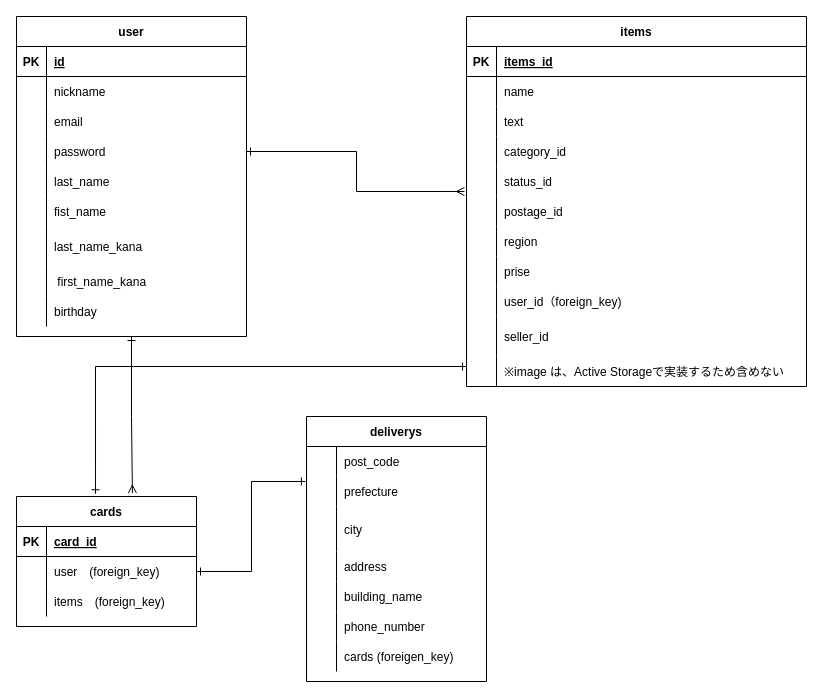
hiromikagawa/furima-36904 keeps this draw.io diagram as furima.dio. Above is the earlier version. Source tidied: cells renumbered, new cells numbered last; positions are measured from the earlier drawing's top-left corner, leaving out a move shared by most shapes. Both pictures are drawn from the tidied source at 100%, with x=0, y=0 at pixel (16, 16).
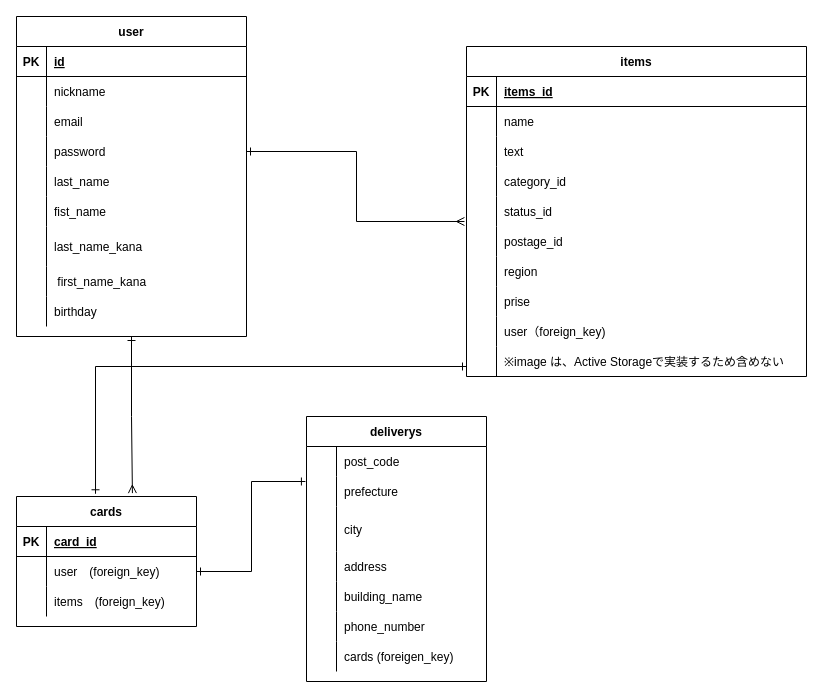
The same page after the edit.

Unchanged cells that the change refers to:
```xml
<mxCell id="56" style="shape=partialRectangle;fillColor=none;top=0;left=0;bottom=0;right=0;" parent="31" vertex="1">
  <mxGeometry y="270" width="340" height="30" as="geometry" />
</mxCell>
```

Change to the diagram source:
```diff
@@
     <mxCell id="31" value="items" style="shape=table;startSize=30;childLayout=tableLayout;rowLines=0;fontStyle=1;align=center;fillColor=none;" parent="1" vertex="1">
-      <mxGeometry x="450" width="340" height="370" as="geometry" />
+      <mxGeometry x="450" y="30" width="340" height="330" as="geometry" />
     </mxCell>
@@
-    <mxCell id="58" value="user_id（foreign_key)" style="shape=partialRectangle;fillColor=none;top=0;left=0;bottom=0;right=0;align=left;spacingLeft=6;overflow=hidden;" parent="56" vertex="1">
+    <mxCell id="58" value="user（foreign_key)" style="shape=partialRectangle;fillColor=none;top=0;left=0;bottom=0;right=0;align=left;spacingLeft=6;overflow=hidden;" parent="56" vertex="1">
       <mxGeometry x="30" width="310" height="30" as="geometry" />
     </mxCell>
-    <mxCell id="59" style="shape=partialRectangle;fillColor=none;top=0;left=0;bottom=0;right=0;" parent="31" vertex="1">
-      <mxGeometry y="300" width="340" height="40" as="geometry" />
-    </mxCell>
-    <mxCell id="60" style="shape=partialRectangle;fillColor=none;top=0;left=0;bottom=0;right=0;overflow=hidden;" parent="59" vertex="1">
-      <mxGeometry width="30" height="40" as="geometry" />
-    </mxCell>
-    <mxCell id="61" value="seller_id" style="shape=partialRectangle;fillColor=none;top=0;left=0;bottom=0;right=0;align=left;spacingLeft=6;overflow=hidden;" parent="59" vertex="1">
-      <mxGeometry x="30" width="310" height="40" as="geometry" />
-    </mxCell>
     <mxCell id="62" style="shape=partialRectangle;fillColor=none;top=0;left=0;bottom=0;right=0;" parent="31" vertex="1">
-      <mxGeometry y="340" width="340" height="30" as="geometry" />
+      <mxGeometry y="300" width="340" height="30" as="geometry" />
     </mxCell>
```
